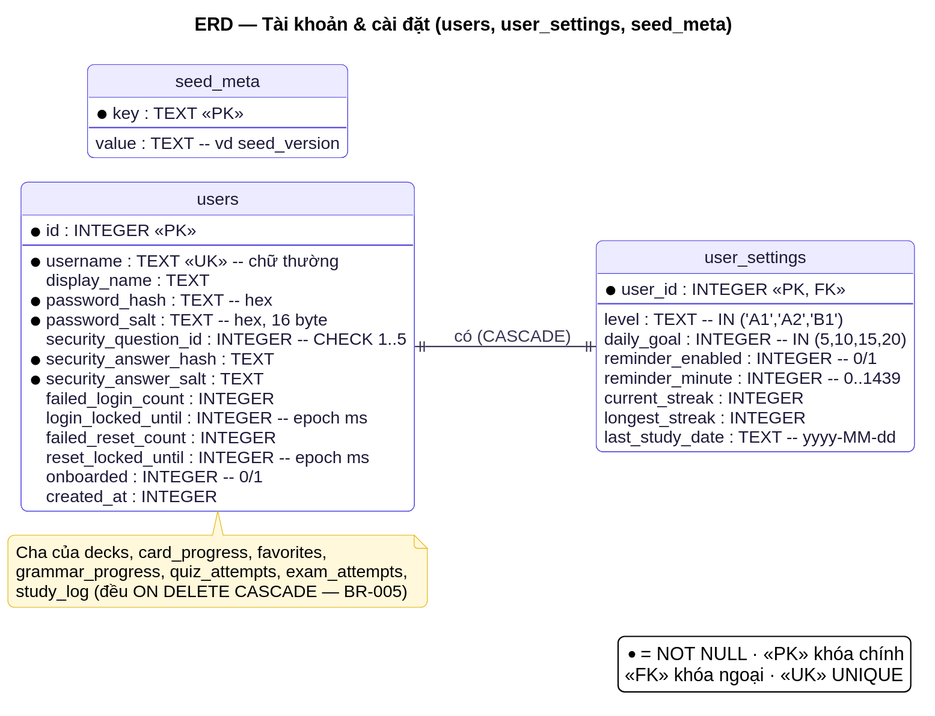
The PlantUML diagram docs/diagrams/erd/erd-account-settings.svg in at1308033-sketch/LearningE_app, before a commit. Source of this version:
```plantuml
@startuml
!include ../_style.puml
title ERD — Tài khoản & cài đặt (users, user_settings, seed_meta)
hide circle
left to right direction

entity "users" as users {
  * id : INTEGER <<PK>>
  --
  * username : TEXT <<UK>> -- chữ thường
  display_name : TEXT
  * password_hash : TEXT -- hex
  * password_salt : TEXT -- hex, 16 byte
  security_question_id : INTEGER -- CHECK 1..5
  * security_answer_hash : TEXT
  * security_answer_salt : TEXT
  failed_login_count : INTEGER
  login_locked_until : INTEGER -- epoch ms
  failed_reset_count : INTEGER
  reset_locked_until : INTEGER -- epoch ms
  onboarded : INTEGER -- 0/1
  created_at : INTEGER
}

entity "user_settings" as us {
  * user_id : INTEGER <<PK, FK>>
  --
  level : TEXT -- IN ('A1','A2','B1')
  daily_goal : INTEGER -- IN (5,10,15,20)
  reminder_enabled : INTEGER -- 0/1
  reminder_minute : INTEGER -- 0..1439
  current_streak : INTEGER
  longest_streak : INTEGER
  last_study_date : TEXT -- yyyy-MM-dd
}

entity "seed_meta" as sm {
  * key : TEXT <<PK>>
  --
  value : TEXT -- vd seed_version
}

users ||--|| us : "có (CASCADE)"

note bottom of users
  Cha của decks, card_progress, favorites,
  grammar_progress, quiz_attempts, exam_attempts,
  study_log (đều ON DELETE CASCADE — BR-005)
end note
legend right
  * = NOT NULL · <<PK>> khóa chính
  <<FK>> khóa ngoại · <<UK>> UNIQUE
endlegend
@enduml
```
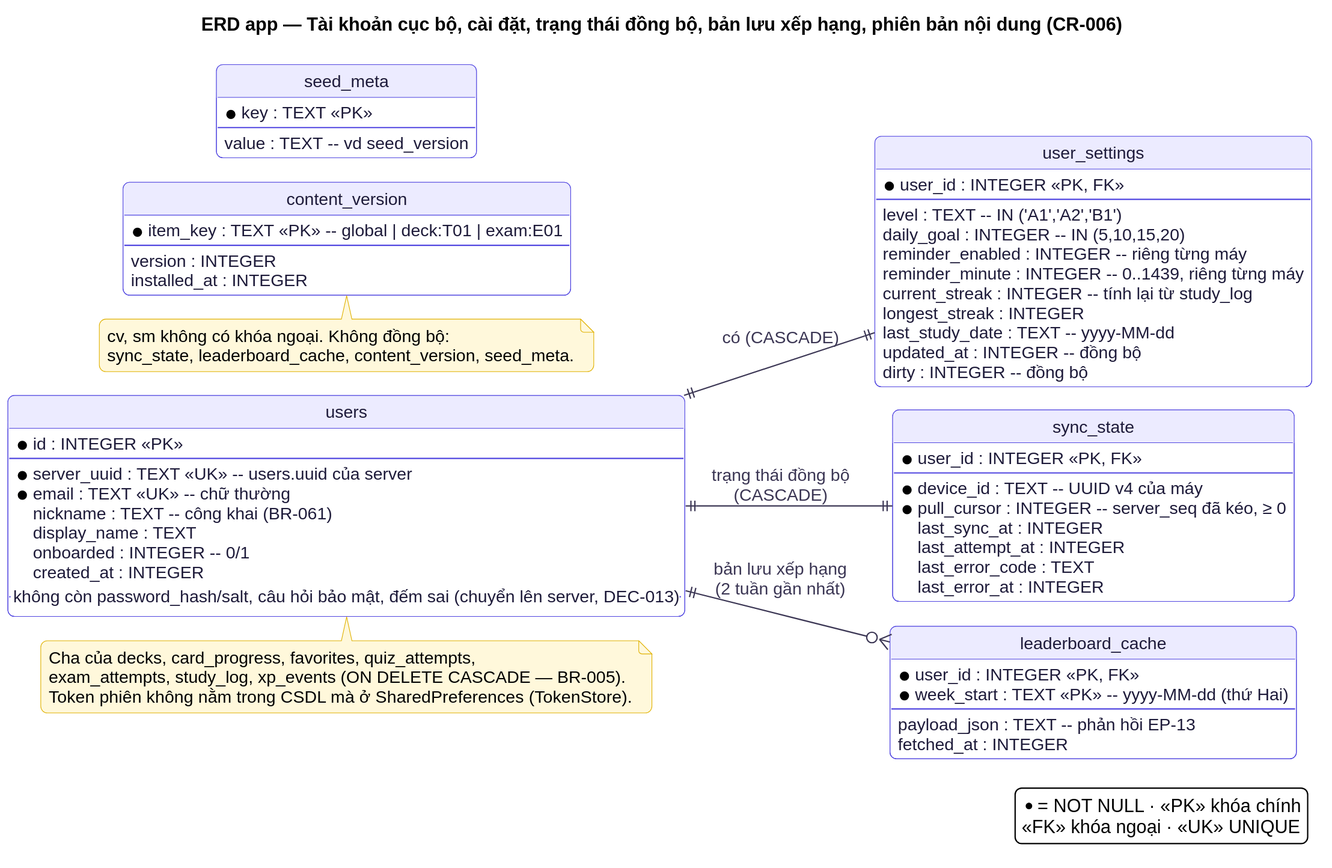
The same diagram one commit later.

Change to the diagram source:
```diff
@@ -1,25 +1,19 @@
 @startuml
 !include ../_style.puml
-title ERD — Tài khoản & cài đặt (users, user_settings, seed_meta)
+title ERD app — Tài khoản cục bộ, cài đặt, trạng thái đồng bộ, bản lưu xếp hạng, phiên bản nội dung (CR-006)
 hide circle
 left to right direction
 
 entity "users" as users {
   * id : INTEGER <<PK>>
   --
-  * username : TEXT <<UK>> -- chữ thường
+  * server_uuid : TEXT <<UK>> -- users.uuid của server
+  * email : TEXT <<UK>> -- chữ thường
+  nickname : TEXT -- công khai (BR-061)
   display_name : TEXT
-  * password_hash : TEXT -- hex
-  * password_salt : TEXT -- hex, 16 byte
-  security_question_id : INTEGER -- CHECK 1..5
-  * security_answer_hash : TEXT
-  * security_answer_salt : TEXT
-  failed_login_count : INTEGER
-  login_locked_until : INTEGER -- epoch ms
-  failed_reset_count : INTEGER
-  reset_locked_until : INTEGER -- epoch ms
   onboarded : INTEGER -- 0/1
   created_at : INTEGER
+  .. không còn password_hash/salt, câu hỏi bảo mật, đếm sai (chuyển lên server, DEC-013) ..
 }
 
 entity "user_settings" as us {
@@ -27,11 +21,39 @@
   --
   level : TEXT -- IN ('A1','A2','B1')
   daily_goal : INTEGER -- IN (5,10,15,20)
-  reminder_enabled : INTEGER -- 0/1
-  reminder_minute : INTEGER -- 0..1439
-  current_streak : INTEGER
+  reminder_enabled : INTEGER -- riêng từng máy
+  reminder_minute : INTEGER -- 0..1439, riêng từng máy
+  current_streak : INTEGER -- tính lại từ study_log
   longest_streak : INTEGER
   last_study_date : TEXT -- yyyy-MM-dd
+  updated_at : INTEGER -- đồng bộ
+  dirty : INTEGER -- đồng bộ
+}
+
+entity "sync_state" as ss {
+  * user_id : INTEGER <<PK, FK>>
+  --
+  * device_id : TEXT -- UUID v4 của máy
+  * pull_cursor : INTEGER -- server_seq đã kéo, ≥ 0
+  last_sync_at : INTEGER
+  last_attempt_at : INTEGER
+  last_error_code : TEXT
+  last_error_at : INTEGER
+}
+
+entity "leaderboard_cache" as lc {
+  * user_id : INTEGER <<PK, FK>>
+  * week_start : TEXT <<PK>> -- yyyy-MM-dd (thứ Hai)
+  --
+  payload_json : TEXT -- phản hồi EP-13
+  fetched_at : INTEGER
+}
+
+entity "content_version" as cv {
+  * item_key : TEXT <<PK>> -- global | deck:T01 | exam:E01
+  --
+  version : INTEGER
+  installed_at : INTEGER
 }
 
 entity "seed_meta" as sm {
@@ -41,11 +63,17 @@
 }
 
 users ||--|| us : "có (CASCADE)"
+users ||--|| ss : "trạng thái đồng bộ\n(CASCADE)"
+users ||--o{ lc : "bản lưu xếp hạng\n(2 tuần gần nhất)"
 
 note bottom of users
-  Cha của decks, card_progress, favorites,
-  grammar_progress, quiz_attempts, exam_attempts,
-  study_log (đều ON DELETE CASCADE — BR-005)
+  Cha của decks, card_progress, favorites, quiz_attempts,
+  exam_attempts, study_log, xp_events (ON DELETE CASCADE — BR-005).
+  Token phiên không nằm trong CSDL mà ở SharedPreferences (TokenStore).
+end note
+note bottom of cv
+  cv, sm không có khóa ngoại. Không đồng bộ:
+  sync_state, leaderboard_cache, content_version, seed_meta.
 end note
 legend right
   * = NOT NULL · <<PK>> khóa chính
```
